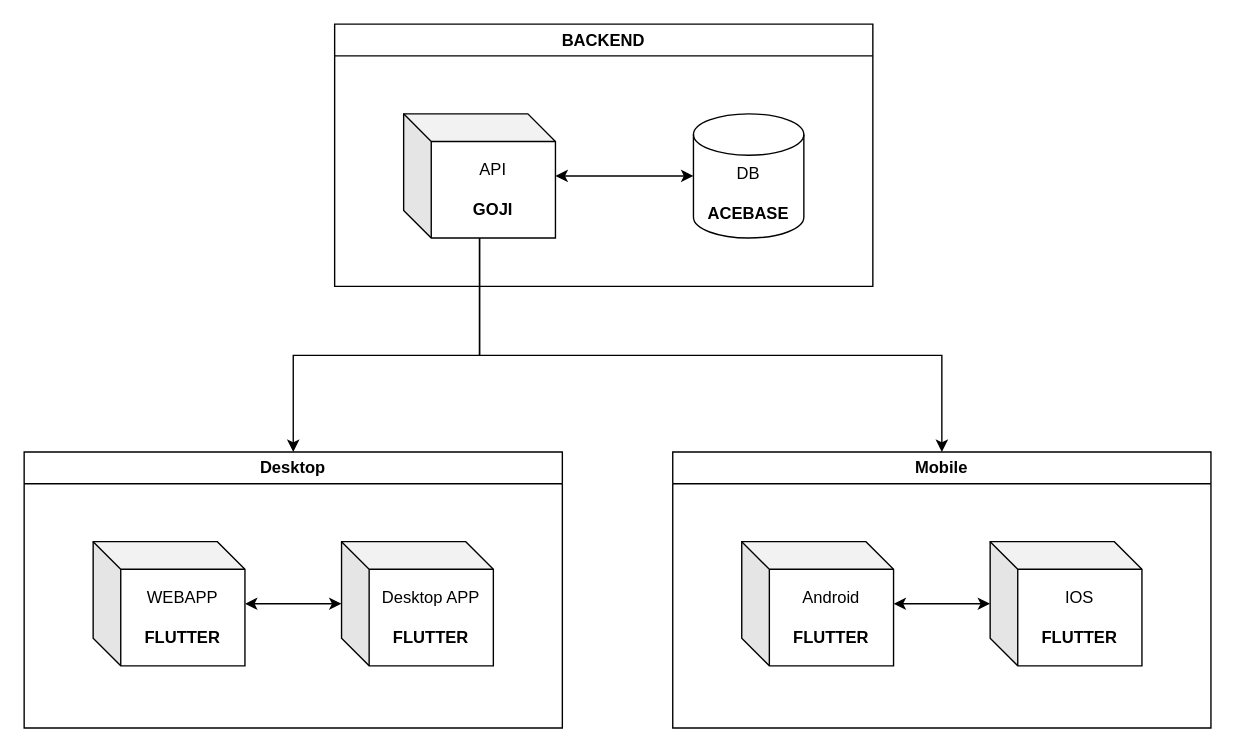
KieronBrincat125/DoodleComm keeps this draw.io diagram as Documents/DrawComm Technical Design V1.drawio. Above is the earlier version. Source tidied: cells renumbered, new cells numbered last; positions are measured from the earlier drawing's top-left corner, leaving out a move shared by most shapes. Both pictures are drawn from the tidied source at 138%, with x=0, y=0 at pixel (23, 23).
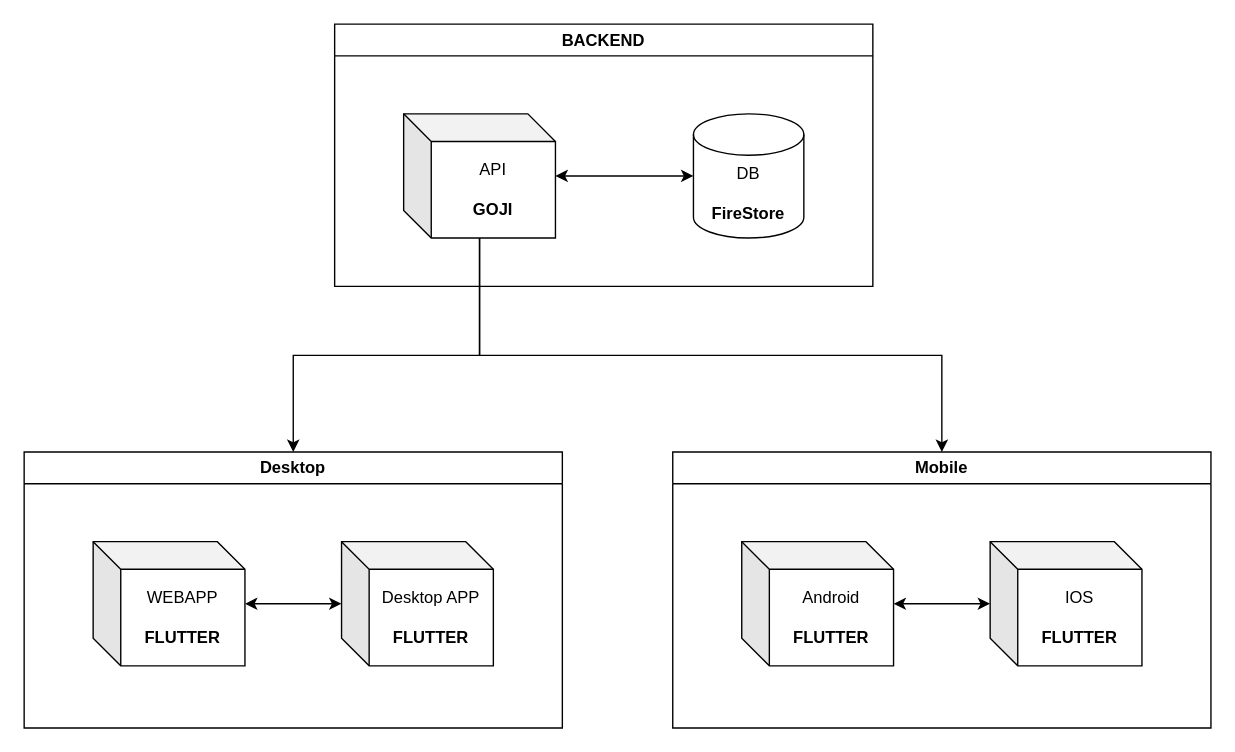
After the change.

Commit message:
Update NOSQL tech in technical design.drawio

Change to the diagram source:
```diff
@@
 <mxGraphModel>
   <root>
     <mxCell id="0" />
     <mxCell id="1" parent="0" />
     <mxCell id="2" value="BACKEND" style="swimlane;whiteSpace=wrap;html=1;" parent="1" vertex="1">
       <mxGeometry x="225" width="390" height="190" as="geometry" />
     </mxCell>
     <mxCell id="3" value="API&lt;div&gt;&lt;br&gt;&lt;/div&gt;&lt;div&gt;&lt;b&gt;GOJI&lt;/b&gt;&lt;/div&gt;" style="shape=cube;whiteSpace=wrap;html=1;boundedLbl=1;backgroundOutline=1;darkOpacity=0.05;darkOpacity2=0.1;" parent="2" vertex="1">
       <mxGeometry x="50" y="65" width="110" height="90" as="geometry" />
     </mxCell>
     <mxCell id="4" style="edgeStyle=orthogonalEdgeStyle;rounded=0;jettySize=auto;html=1;startArrow=classic;startFill=1;" parent="2" edge="1" source="5" target="3">
       <mxGeometry relative="1" as="geometry" />
     </mxCell>
-    <mxCell id="5" value="DB&lt;div&gt;&lt;br&gt;&lt;/div&gt;&lt;div&gt;&lt;b&gt;ACEBASE&lt;/b&gt;&lt;/div&gt;" style="shape=cylinder3;whiteSpace=wrap;html=1;boundedLbl=1;backgroundOutline=1;size=15;" parent="2" vertex="1">
+    <mxCell id="5" value="DB&lt;div&gt;&lt;br&gt;&lt;/div&gt;&lt;div&gt;&lt;b&gt;FireStore&lt;/b&gt;&lt;/div&gt;" style="shape=cylinder3;whiteSpace=wrap;html=1;boundedLbl=1;backgroundOutline=1;size=15;" parent="2" vertex="1">
       <mxGeometry x="260" y="65" width="80" height="90" as="geometry" />
     </mxCell>
     <mxCell id="6" value="Desktop" style="swimlane;whiteSpace=wrap;html=1;" parent="1" vertex="1">
       <mxGeometry y="310" width="390" height="200" as="geometry" />
     </mxCell>
     <mxCell id="7" value="WEBAPP&lt;div&gt;&lt;br&gt;&lt;/div&gt;&lt;div&gt;&lt;b&gt;FLUTTER&lt;/b&gt;&lt;/div&gt;" style="shape=cube;whiteSpace=wrap;html=1;boundedLbl=1;backgroundOutline=1;darkOpacity=0.05;darkOpacity2=0.1;" parent="6" vertex="1">
       <mxGeometry x="50" y="65" width="110" height="90" as="geometry" />
     </mxCell>
     <mxCell id="8" style="edgeStyle=orthogonalEdgeStyle;rounded=0;jettySize=auto;html=1;startArrow=classic;startFill=1;" parent="6" edge="1" source="9" target="7">
       <mxGeometry relative="1" as="geometry" />
     </mxCell>
     <mxCell id="9" value="Desktop APP&lt;div&gt;&lt;br&gt;&lt;/div&gt;&lt;div&gt;&lt;b&gt;FLUTTER&lt;/b&gt;&lt;/div&gt;" style="shape=cube;whiteSpace=wrap;html=1;boundedLbl=1;backgroundOutline=1;darkOpacity=0.05;darkOpacity2=0.1;" parent="6" vertex="1">
       <mxGeometry x="230" y="65" width="110" height="90" as="geometry" />
     </mxCell>
     <mxCell id="10" value="Mobile" style="swimlane;whiteSpace=wrap;html=1;startSize=23;" parent="1" vertex="1">
       <mxGeometry x="470" y="310" width="390" height="200" as="geometry" />
     </mxCell>
     <mxCell id="11" value="Android&lt;div&gt;&lt;br&gt;&lt;/div&gt;&lt;div&gt;&lt;b&gt;FLUTTER&lt;/b&gt;&lt;/div&gt;" style="shape=cube;whiteSpace=wrap;html=1;boundedLbl=1;backgroundOutline=1;darkOpacity=0.05;darkOpacity2=0.1;" parent="10" vertex="1">
       <mxGeometry x="50" y="65" width="110" height="90" as="geometry" />
     </mxCell>
     <mxCell id="12" style="edgeStyle=orthogonalEdgeStyle;rounded=0;jettySize=auto;html=1;startArrow=classic;startFill=1;" parent="10" edge="1" source="13" target="11">
       <mxGeometry relative="1" as="geometry" />
     </mxCell>
     <mxCell id="13" value="&lt;div&gt;IOS&lt;/div&gt;&lt;div&gt;&lt;br&gt;&lt;/div&gt;&lt;div&gt;&lt;b&gt;FLUTTER&lt;/b&gt;&lt;/div&gt;" style="shape=cube;whiteSpace=wrap;html=1;boundedLbl=1;backgroundOutline=1;darkOpacity=0.05;darkOpacity2=0.1;" parent="10" vertex="1">
       <mxGeometry x="230" y="65" width="110" height="90" as="geometry" />
     </mxCell>
     <mxCell id="14" style="edgeStyle=orthogonalEdgeStyle;rounded=0;jettySize=auto;html=1;entryX=0.5;entryY=0;entryDx=0;entryDy=0;" parent="1" edge="1" source="3" target="6">
       <mxGeometry relative="1" as="geometry">
         <Array as="points">
           <mxPoint x="330" y="240" />
           <mxPoint x="195" y="240" />
         </Array>
       </mxGeometry>
     </mxCell>
     <mxCell id="15" style="edgeStyle=orthogonalEdgeStyle;rounded=0;jettySize=auto;html=1;entryX=0.5;entryY=0;entryDx=0;entryDy=0;" parent="1" edge="1" source="3" target="10">
       <mxGeometry relative="1" as="geometry">
         <Array as="points">
           <mxPoint x="330" y="240" />
           <mxPoint x="665" y="240" />
         </Array>
       </mxGeometry>
     </mxCell>
   </root>
 </mxGraphModel>
```
